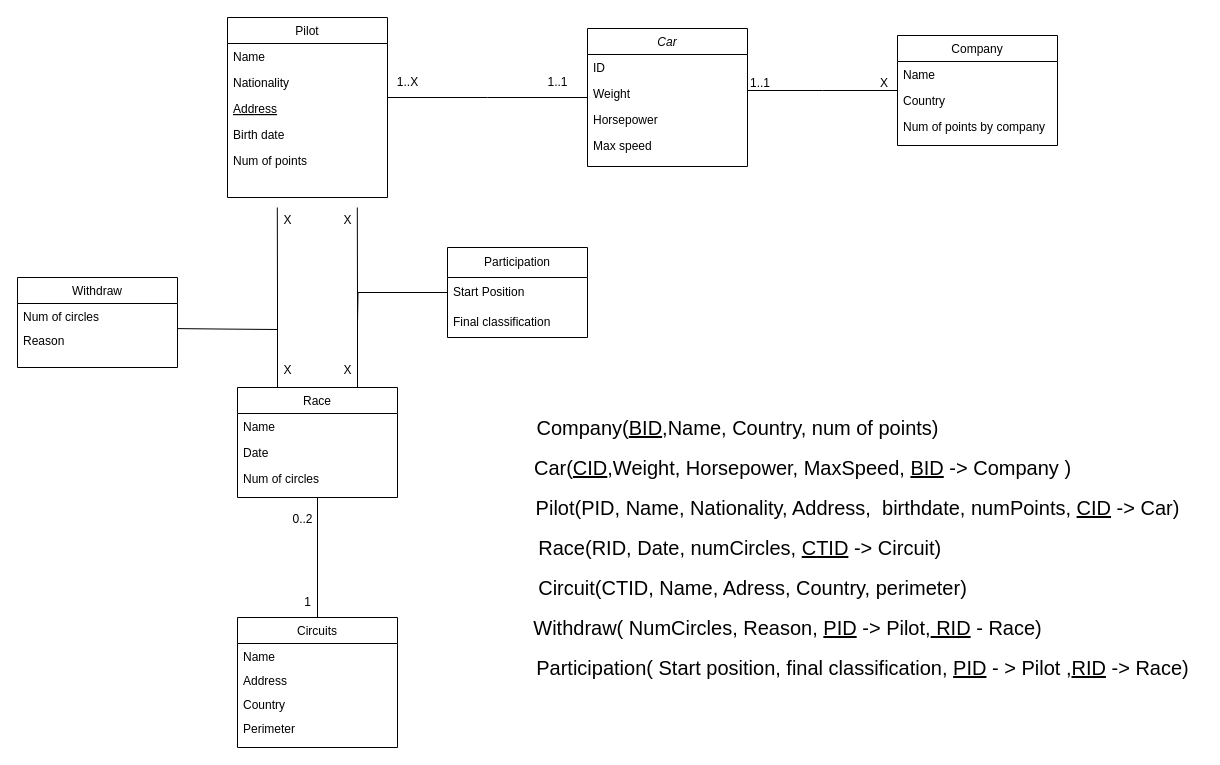
Above: Formula1.drawio in brito-bernardo/database-modeling (draw.io), before the change. Source tidied: cells renumbered, new cells numbered last; positions are measured from the earlier drawing's top-left corner, leaving out a move shared by most shapes. Both pictures are drawn from the tidied source at 100%, with x=0, y=0 at pixel (17, 17).
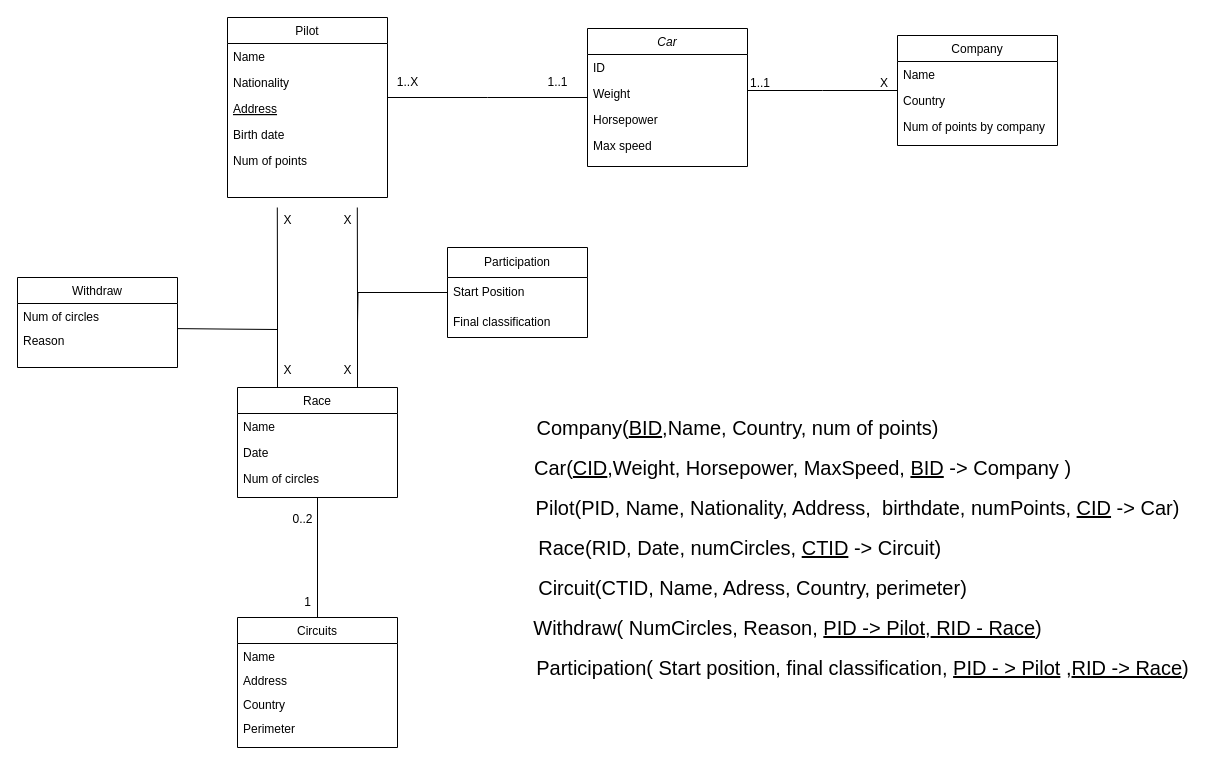
The same diagram, later.

Change to the diagram source:
```diff
@@
-    <mxCell id="54" value="&lt;font style=&quot;font-size: 20px;&quot;&gt;Withdraw( NumCircles, Reason, &lt;u&gt;PID&lt;/u&gt;&amp;nbsp;-&amp;gt; Pilot,&lt;u&gt; RID&lt;/u&gt; - Race)&lt;/font&gt;" style="text;html=1;align=center;verticalAlign=middle;strokeColor=none;fillColor=none;" parent="1" vertex="1">
+    <mxCell id="54" value="&lt;font style=&quot;font-size: 20px;&quot;&gt;Withdraw( NumCircles, Reason, &lt;u&gt;PID&amp;nbsp;-&amp;gt; Pilot&lt;/u&gt;,&lt;u&gt; RID - Race&lt;/u&gt;)&lt;/font&gt;" style="text;html=1;align=center;verticalAlign=middle;strokeColor=none;fillColor=none;" parent="1" vertex="1">
       <mxGeometry x="505" y="590" width="530" height="40" as="geometry" />
     </mxCell>
-    <mxCell id="55" value="Participation( Start position, final classification, &lt;u&gt;PID&lt;/u&gt;&amp;nbsp;- &amp;gt; Pilot ,&lt;u&gt;RID&lt;/u&gt;&amp;nbsp;-&amp;gt; Race)" style="text;html=1;align=center;verticalAlign=middle;strokeColor=none;fillColor=none;fontSize=20;" parent="1" vertex="1">
+    <mxCell id="55" value="Participation( Start position, final classification, &lt;u&gt;PID&amp;nbsp;- &amp;gt; Pilot&lt;/u&gt; ,&lt;u&gt;RID&amp;nbsp;-&amp;gt; Race&lt;/u&gt;)" style="text;html=1;align=center;verticalAlign=middle;strokeColor=none;fillColor=none;fontSize=20;" parent="1" vertex="1">
       <mxGeometry x="505" y="630" width="680" height="40" as="geometry" />
     </mxCell>
```
